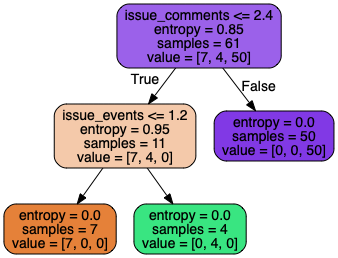
Earlier version of the Graphviz export python37/user_cluster/user_tree_symfony_3c.png (lancepokaiwang/GitHub-Recommender-System). Its source is kept beside it as python37/user_cluster/user_tree_symfony_3c.dot.
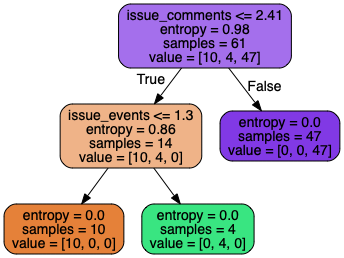
After the change.

The edit, as a diff of the source:
```diff
@@ -1,13 +1,13 @@
 digraph Tree {
 node [shape=box, style="filled, rounded", color="black", fontname=helvetica] ;
 edge [fontname=helvetica] ;
-0 [label="issue_comments <= 2.4\nentropy = 0.85\nsamples = 61\nvalue = [7, 4, 50]", fillcolor="#9b61ea"] ;
-1 [label="issue_events <= 1.2\nentropy = 0.95\nsamples = 11\nvalue = [7, 4, 0]", fillcolor="#f4c9aa"] ;
+0 [label="issue_comments <= 2.41\nentropy = 0.98\nsamples = 61\nvalue = [10, 4, 47]", fillcolor="#a46fec"] ;
+1 [label="issue_events <= 1.3\nentropy = 0.86\nsamples = 14\nvalue = [10, 4, 0]", fillcolor="#efb388"] ;
 0 -> 1 [labeldistance=2.5, labelangle=45, headlabel="True"] ;
-2 [label="entropy = 0.0\nsamples = 7\nvalue = [7, 0, 0]", fillcolor="#e58139"] ;
+2 [label="entropy = 0.0\nsamples = 10\nvalue = [10, 0, 0]", fillcolor="#e58139"] ;
 1 -> 2 ;
 3 [label="entropy = 0.0\nsamples = 4\nvalue = [0, 4, 0]", fillcolor="#39e581"] ;
 1 -> 3 ;
-4 [label="entropy = 0.0\nsamples = 50\nvalue = [0, 0, 50]", fillcolor="#8139e5"] ;
+4 [label="entropy = 0.0\nsamples = 47\nvalue = [0, 0, 47]", fillcolor="#8139e5"] ;
 0 -> 4 [labeldistance=2.5, labelangle=-45, headlabel="False"] ;
 }
```
